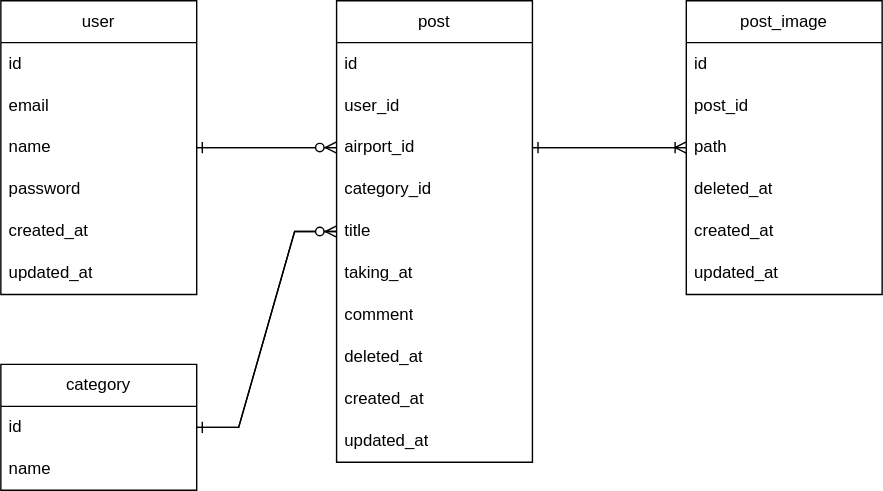
This is AirpotyViewAPP.drawio.svg from KanameHara/AirportViewAPP, a draw.io export, as it was before one commit. Source tidied: cells renumbered, new cells last; positions are measured from the earlier drawing's top-left corner, leaving out a move shared by most shapes.
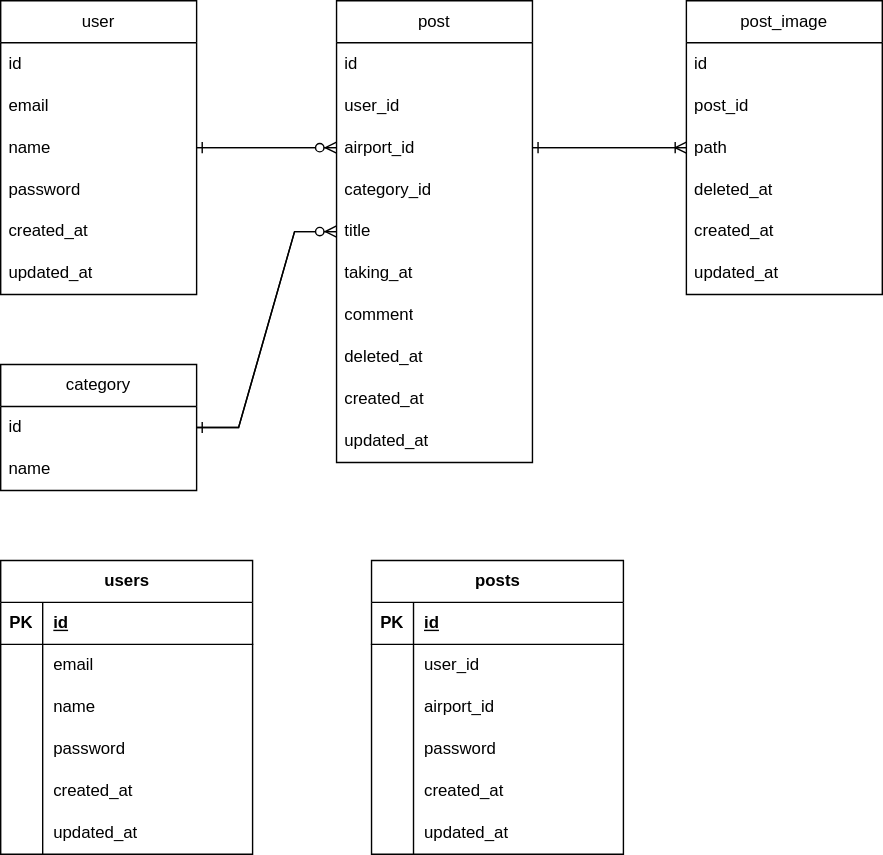
The same diagram one commit later.

Commit message:
AirpotyViewAPP.drawio.svg を更新します

The edit, as a diff of the source:
```diff
@@ -110,5 +110,119 @@
         </Array>
       </mxGeometry>
     </mxCell>
+    <mxCell id="36" value="users" style="shape=table;startSize=30;rowLines=0;fontStyle=1;align=center;html=1;" parent="1" vertex="1">
+      <mxGeometry y="400" width="180" height="210" as="geometry" />
+    </mxCell>
+    <mxCell id="37" style="shape=tableRow;horizontal=0;startSize=0;swimlaneHead=0;swimlaneBody=0;fillColor=none;top=0;left=0;right=0;bottom=1;" parent="36" vertex="1">
+      <mxGeometry y="30" width="180" height="30" as="geometry" />
+    </mxCell>
+    <mxCell id="38" value="PK" style="shape=partialRectangle;fillColor=none;top=0;left=0;bottom=0;right=0;fontStyle=1;overflow=hidden;whiteSpace=wrap;html=1;" parent="37" vertex="1">
+      <mxGeometry width="30" height="30" as="geometry" />
+    </mxCell>
+    <mxCell id="39" value="id" style="shape=partialRectangle;fillColor=none;top=0;left=0;bottom=0;right=0;align=left;spacingLeft=6;fontStyle=5;overflow=hidden;whiteSpace=wrap;html=1;" parent="37" vertex="1">
+      <mxGeometry x="30" width="150" height="30" as="geometry" />
+    </mxCell>
+    <mxCell id="40" style="shape=tableRow;horizontal=0;startSize=0;swimlaneHead=0;swimlaneBody=0;fillColor=none;top=0;left=0;right=0;bottom=0;" parent="36" vertex="1">
+      <mxGeometry y="60" width="180" height="30" as="geometry" />
+    </mxCell>
+    <mxCell id="41" style="shape=partialRectangle;fillColor=none;top=0;left=0;bottom=0;right=0;overflow=hidden;whiteSpace=wrap;html=1;" parent="40" vertex="1">
+      <mxGeometry width="30" height="30" as="geometry" />
+    </mxCell>
+    <mxCell id="42" value="email" style="shape=partialRectangle;fillColor=none;top=0;left=0;bottom=0;right=0;align=left;spacingLeft=6;overflow=hidden;whiteSpace=wrap;html=1;" parent="40" vertex="1">
+      <mxGeometry x="30" width="150" height="30" as="geometry" />
+    </mxCell>
+    <mxCell id="43" style="shape=tableRow;horizontal=0;startSize=0;swimlaneHead=0;swimlaneBody=0;fillColor=none;top=0;left=0;right=0;bottom=0;" parent="36" vertex="1">
+      <mxGeometry y="90" width="180" height="30" as="geometry" />
+    </mxCell>
+    <mxCell id="44" style="shape=partialRectangle;fillColor=none;top=0;left=0;bottom=0;right=0;overflow=hidden;whiteSpace=wrap;html=1;" parent="43" vertex="1">
+      <mxGeometry width="30" height="30" as="geometry" />
+    </mxCell>
+    <mxCell id="45" value="name" style="shape=partialRectangle;fillColor=none;top=0;left=0;bottom=0;right=0;align=left;spacingLeft=6;overflow=hidden;whiteSpace=wrap;html=1;" parent="43" vertex="1">
+      <mxGeometry x="30" width="150" height="30" as="geometry" />
+    </mxCell>
+    <mxCell id="46" style="shape=tableRow;horizontal=0;startSize=0;swimlaneHead=0;swimlaneBody=0;fillColor=none;top=0;left=0;right=0;bottom=0;" parent="36" vertex="1">
+      <mxGeometry y="120" width="180" height="30" as="geometry" />
+    </mxCell>
+    <mxCell id="47" style="shape=partialRectangle;fillColor=none;top=0;left=0;bottom=0;right=0;overflow=hidden;whiteSpace=wrap;html=1;" parent="46" vertex="1">
+      <mxGeometry width="30" height="30" as="geometry" />
+    </mxCell>
+    <mxCell id="48" value="password" style="shape=partialRectangle;fillColor=none;top=0;left=0;bottom=0;right=0;align=left;spacingLeft=6;overflow=hidden;whiteSpace=wrap;html=1;" parent="46" vertex="1">
+      <mxGeometry x="30" width="150" height="30" as="geometry" />
+    </mxCell>
+    <mxCell id="49" style="shape=tableRow;horizontal=0;startSize=0;swimlaneHead=0;swimlaneBody=0;fillColor=none;top=0;left=0;right=0;bottom=0;" parent="36" vertex="1">
+      <mxGeometry y="150" width="180" height="30" as="geometry" />
+    </mxCell>
+    <mxCell id="50" style="shape=partialRectangle;fillColor=none;top=0;left=0;bottom=0;right=0;overflow=hidden;whiteSpace=wrap;html=1;" parent="49" vertex="1">
+      <mxGeometry width="30" height="30" as="geometry" />
+    </mxCell>
+    <mxCell id="51" value="created_at" style="shape=partialRectangle;fillColor=none;top=0;left=0;bottom=0;right=0;align=left;spacingLeft=6;overflow=hidden;whiteSpace=wrap;html=1;" parent="49" vertex="1">
+      <mxGeometry x="30" width="150" height="30" as="geometry" />
+    </mxCell>
+    <mxCell id="52" style="shape=tableRow;horizontal=0;startSize=0;swimlaneHead=0;swimlaneBody=0;fillColor=none;top=0;left=0;right=0;bottom=0;" parent="36" vertex="1">
+      <mxGeometry y="180" width="180" height="30" as="geometry" />
+    </mxCell>
+    <mxCell id="53" style="shape=partialRectangle;fillColor=none;top=0;left=0;bottom=0;right=0;overflow=hidden;whiteSpace=wrap;html=1;" parent="52" vertex="1">
+      <mxGeometry width="30" height="30" as="geometry" />
+    </mxCell>
+    <mxCell id="54" value="updated_at" style="shape=partialRectangle;fillColor=none;top=0;left=0;bottom=0;right=0;align=left;spacingLeft=6;overflow=hidden;whiteSpace=wrap;html=1;" parent="52" vertex="1">
+      <mxGeometry x="30" width="150" height="30" as="geometry" />
+    </mxCell>
+    <mxCell id="55" value="posts" style="shape=table;startSize=30;rowLines=0;fontStyle=1;align=center;html=1;" parent="1" vertex="1">
+      <mxGeometry x="265" y="400" width="180" height="210" as="geometry" />
+    </mxCell>
+    <mxCell id="56" style="shape=tableRow;horizontal=0;startSize=0;swimlaneHead=0;swimlaneBody=0;fillColor=none;top=0;left=0;right=0;bottom=1;" parent="55" vertex="1">
+      <mxGeometry y="30" width="180" height="30" as="geometry" />
+    </mxCell>
+    <mxCell id="57" value="PK" style="shape=partialRectangle;fillColor=none;top=0;left=0;bottom=0;right=0;fontStyle=1;overflow=hidden;whiteSpace=wrap;html=1;" parent="56" vertex="1">
+      <mxGeometry width="30" height="30" as="geometry" />
+    </mxCell>
+    <mxCell id="58" value="id" style="shape=partialRectangle;fillColor=none;top=0;left=0;bottom=0;right=0;align=left;spacingLeft=6;fontStyle=5;overflow=hidden;whiteSpace=wrap;html=1;" parent="56" vertex="1">
+      <mxGeometry x="30" width="150" height="30" as="geometry" />
+    </mxCell>
+    <mxCell id="59" style="shape=tableRow;horizontal=0;startSize=0;swimlaneHead=0;swimlaneBody=0;fillColor=none;top=0;left=0;right=0;bottom=0;" parent="55" vertex="1">
+      <mxGeometry y="60" width="180" height="30" as="geometry" />
+    </mxCell>
+    <mxCell id="60" style="shape=partialRectangle;fillColor=none;top=0;left=0;bottom=0;right=0;overflow=hidden;whiteSpace=wrap;html=1;" parent="59" vertex="1">
+      <mxGeometry width="30" height="30" as="geometry" />
+    </mxCell>
+    <mxCell id="61" value="user_id" style="shape=partialRectangle;fillColor=none;top=0;left=0;bottom=0;right=0;align=left;spacingLeft=6;overflow=hidden;whiteSpace=wrap;html=1;" parent="59" vertex="1">
+      <mxGeometry x="30" width="150" height="30" as="geometry" />
+    </mxCell>
+    <mxCell id="62" style="shape=tableRow;horizontal=0;startSize=0;swimlaneHead=0;swimlaneBody=0;fillColor=none;top=0;left=0;right=0;bottom=0;" parent="55" vertex="1">
+      <mxGeometry y="90" width="180" height="30" as="geometry" />
+    </mxCell>
+    <mxCell id="63" style="shape=partialRectangle;fillColor=none;top=0;left=0;bottom=0;right=0;overflow=hidden;whiteSpace=wrap;html=1;" parent="62" vertex="1">
+      <mxGeometry width="30" height="30" as="geometry" />
+    </mxCell>
+    <mxCell id="64" value="airport_id" style="shape=partialRectangle;fillColor=none;top=0;left=0;bottom=0;right=0;align=left;spacingLeft=6;overflow=hidden;whiteSpace=wrap;html=1;" parent="62" vertex="1">
+      <mxGeometry x="30" width="150" height="30" as="geometry" />
+    </mxCell>
+    <mxCell id="65" style="shape=tableRow;horizontal=0;startSize=0;swimlaneHead=0;swimlaneBody=0;fillColor=none;top=0;left=0;right=0;bottom=0;" parent="55" vertex="1">
+      <mxGeometry y="120" width="180" height="30" as="geometry" />
+    </mxCell>
+    <mxCell id="66" style="shape=partialRectangle;fillColor=none;top=0;left=0;bottom=0;right=0;overflow=hidden;whiteSpace=wrap;html=1;" parent="65" vertex="1">
+      <mxGeometry width="30" height="30" as="geometry" />
+    </mxCell>
+    <mxCell id="67" value="password" style="shape=partialRectangle;fillColor=none;top=0;left=0;bottom=0;right=0;align=left;spacingLeft=6;overflow=hidden;whiteSpace=wrap;html=1;" parent="65" vertex="1">
+      <mxGeometry x="30" width="150" height="30" as="geometry" />
+    </mxCell>
+    <mxCell id="68" style="shape=tableRow;horizontal=0;startSize=0;swimlaneHead=0;swimlaneBody=0;fillColor=none;top=0;left=0;right=0;bottom=0;" parent="55" vertex="1">
+      <mxGeometry y="150" width="180" height="30" as="geometry" />
+    </mxCell>
+    <mxCell id="69" style="shape=partialRectangle;fillColor=none;top=0;left=0;bottom=0;right=0;overflow=hidden;whiteSpace=wrap;html=1;" parent="68" vertex="1">
+      <mxGeometry width="30" height="30" as="geometry" />
+    </mxCell>
+    <mxCell id="70" value="created_at" style="shape=partialRectangle;fillColor=none;top=0;left=0;bottom=0;right=0;align=left;spacingLeft=6;overflow=hidden;whiteSpace=wrap;html=1;" parent="68" vertex="1">
+      <mxGeometry x="30" width="150" height="30" as="geometry" />
+    </mxCell>
+    <mxCell id="71" style="shape=tableRow;horizontal=0;startSize=0;swimlaneHead=0;swimlaneBody=0;fillColor=none;top=0;left=0;right=0;bottom=0;" parent="55" vertex="1">
+      <mxGeometry y="180" width="180" height="30" as="geometry" />
+    </mxCell>
+    <mxCell id="72" style="shape=partialRectangle;fillColor=none;top=0;left=0;bottom=0;right=0;overflow=hidden;whiteSpace=wrap;html=1;" parent="71" vertex="1">
+      <mxGeometry width="30" height="30" as="geometry" />
+    </mxCell>
+    <mxCell id="73" value="updated_at" style="shape=partialRectangle;fillColor=none;top=0;left=0;bottom=0;right=0;align=left;spacingLeft=6;overflow=hidden;whiteSpace=wrap;html=1;" parent="71" vertex="1">
+      <mxGeometry x="30" width="150" height="30" as="geometry" />
+    </mxCell>
   </root>
 </mxGraphModel>
```
